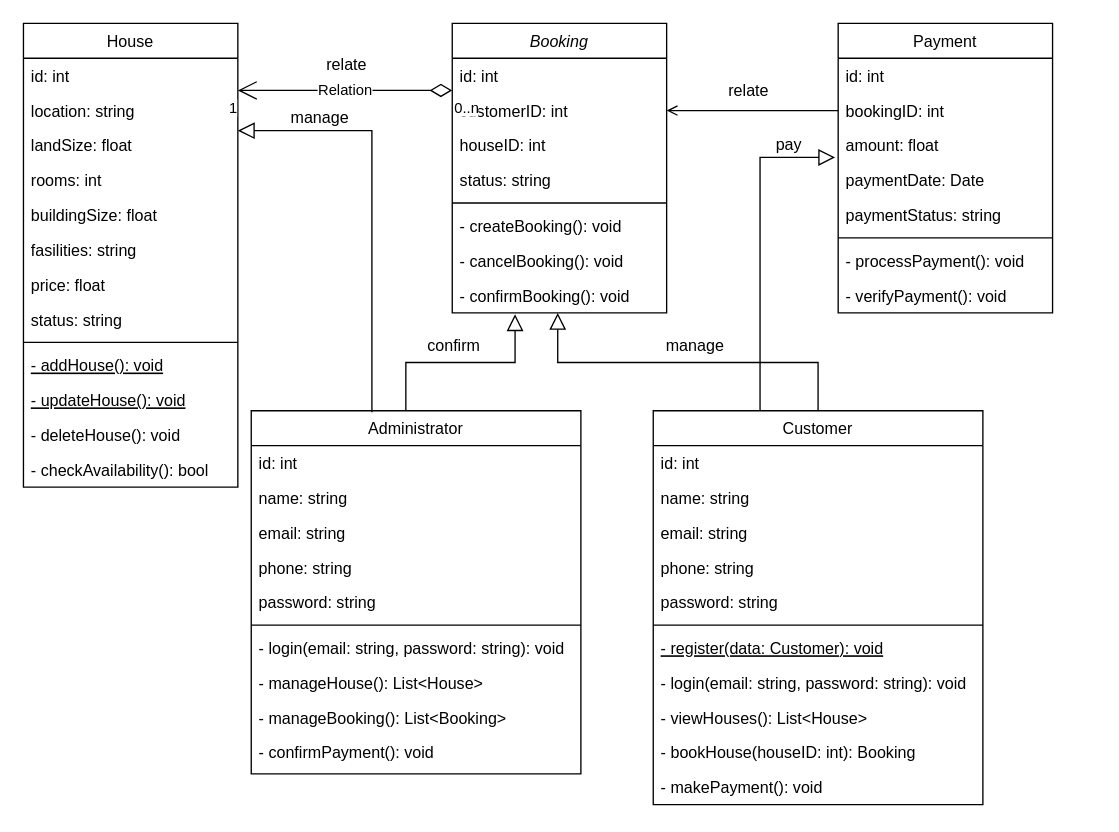
Before: final-exam-class-diagram.drawio in caturprasatya/TP-UML, a draw.io diagram. Source tidied: cells renumbered, new cells numbered last; positions are measured from the earlier drawing's top-left corner, leaving out a move shared by most shapes. Both pictures are drawn from the tidied source at 134%, with x=0, y=0 at pixel (23, 23).
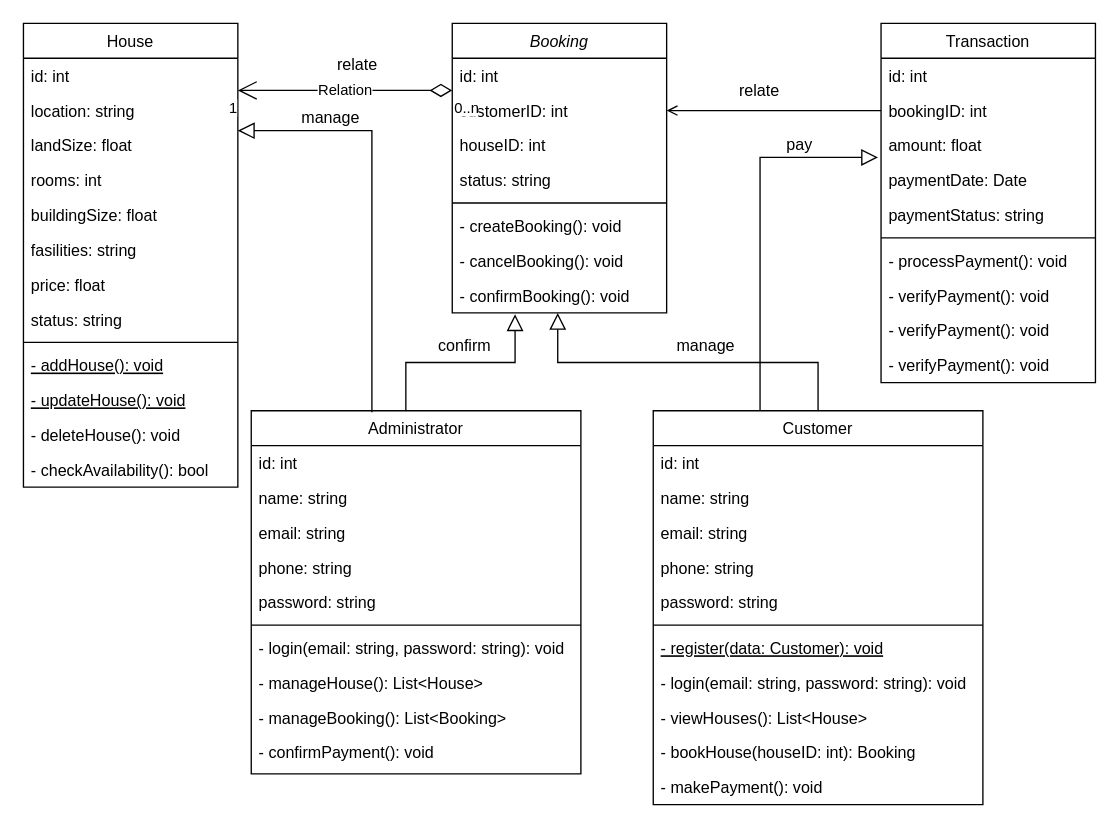
Above is the later version.

Commit message:
Change class payment to transaction final-exam-class-diagram.drawio

Change to the diagram source:
```diff
@@
-    <mxCell id="13" value="Payment" style="swimlane;fontStyle=0;align=center;verticalAlign=top;horizontal=1;startSize=26;rounded=0;shadow=0;strokeWidth=1;" parent="1" vertex="1">
-      <mxGeometry x="608" width="160" height="216" as="geometry" />
+    <mxCell id="13" value="Transaction" style="swimlane;fontStyle=0;align=center;verticalAlign=top;horizontal=1;startSize=26;rounded=0;shadow=0;strokeWidth=1;" parent="1" vertex="1">
+      <mxGeometry x="640" width="160" height="268" as="geometry" />
     </mxCell>
@@
+    <mxCell id="71" value="- verifyPayment(): void" style="text;align=left;verticalAlign=top;spacingLeft=4;spacingRight=4;overflow=hidden;" parent="13" vertex="1">
+      <mxGeometry y="190" width="160" height="26" as="geometry" />
+    </mxCell>
+    <mxCell id="72" value="- verifyPayment(): void" style="text;align=left;verticalAlign=top;spacingLeft=4;spacingRight=4;overflow=hidden;" parent="13" vertex="1">
+      <mxGeometry y="216" width="160" height="26" as="geometry" />
+    </mxCell>
     <mxCell id="21" value="- verifyPayment(): void" style="text;align=left;verticalAlign=top;spacingLeft=4;spacingRight=4;overflow=hidden;" parent="13" vertex="1">
-      <mxGeometry y="190" width="160" height="26" as="geometry" />
+      <mxGeometry y="242" width="160" height="26" as="geometry" />
     </mxCell>
```
